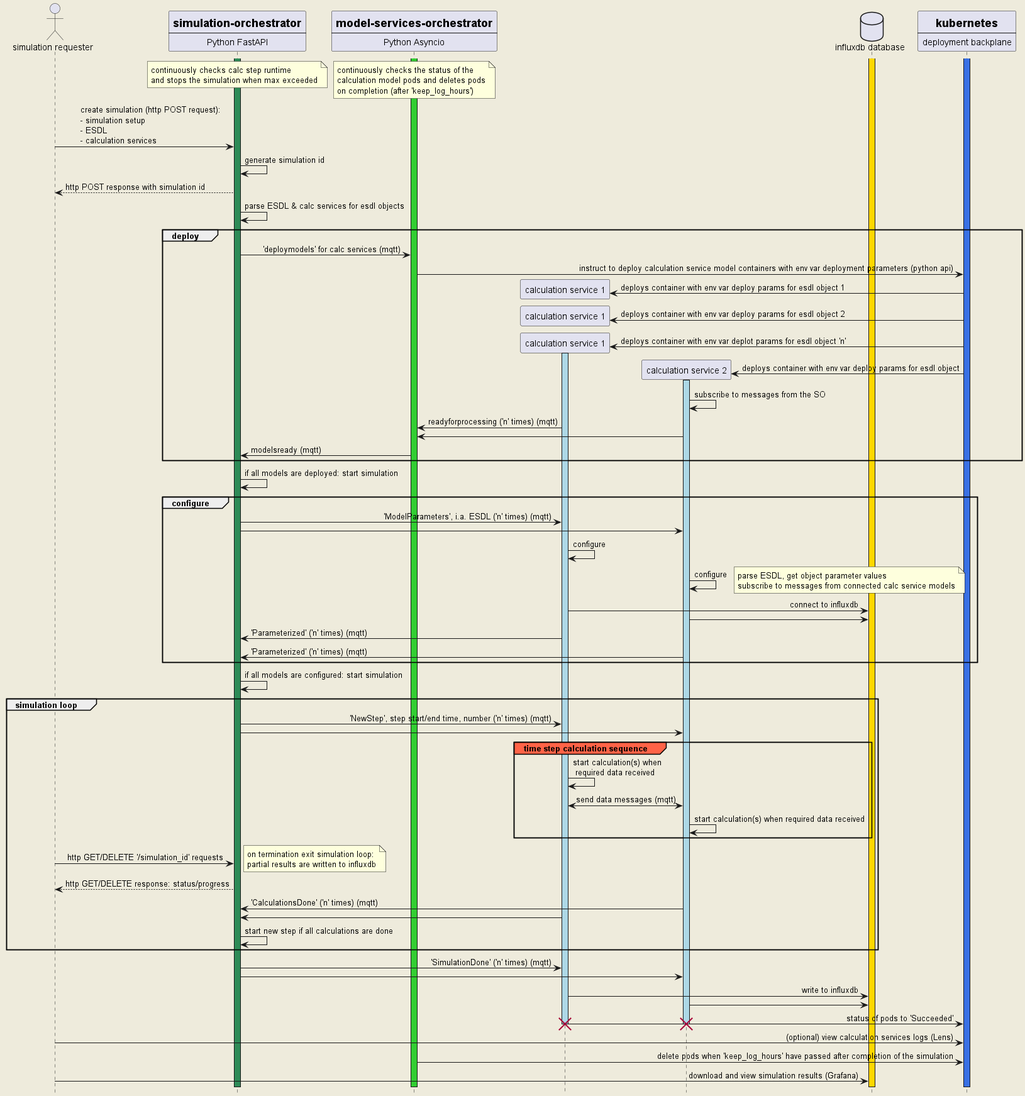
Earlier version of the PlantUML export docs/dots_go-e_sequence_diagram.png (dots-energy/dots-simulation-orchestrator).
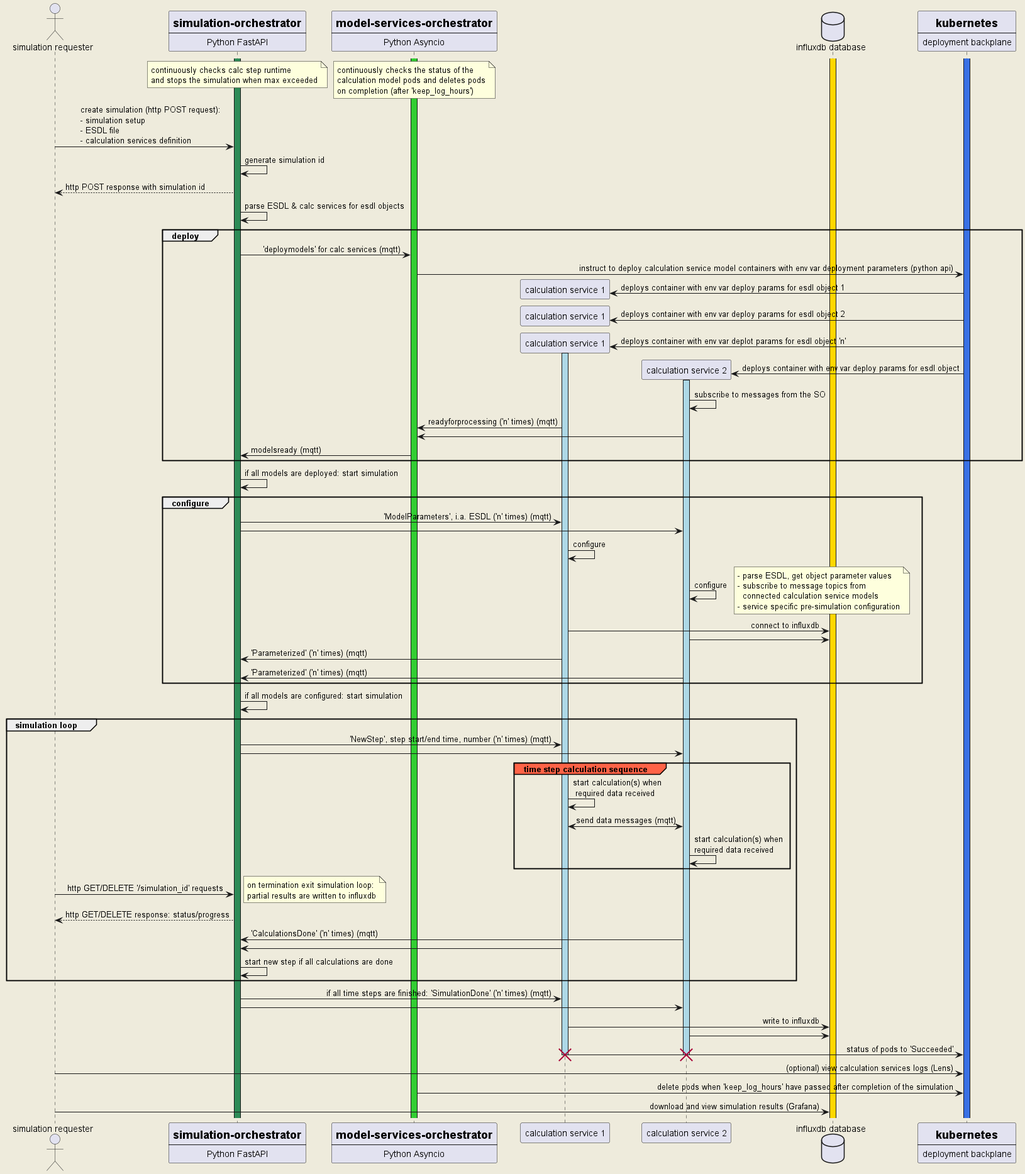
The same diagram one commit later.

Commit message:
sequence diagram fix

Change to the diagram source:
```diff
@@ -39,82 +39,82 @@
     on completion (after 'keep_log_hours')
 end note
 
-sim_req -> so : create simulation (http POST request): \n- simulation setup\n- ESDL \n- calculation services
+sim_req -> so : create simulation (http POST request): \n- simulation setup\n- ESDL file \n- calculation services definition
 
 so -> so : generate simulation id
 so --> sim_req : http POST response with simulation id
 so -> so : parse ESDL & calc services for esdl objects
 
-group deploy
-so -> mso : 'deploymodels' for calc services (mqtt)
+    group deploy
+    so -> mso : 'deploymodels' for calc services (mqtt)
+    mso -> deploy_plane : instruct to deploy calculation service model containers with env var deployment parameters (python api)
 
-mso -> deploy_plane : instruct to deploy calculation service model containers with env var deployment parameters (python api)
+    create model_1
+    deploy_plane -> model_1 : deploys container with env var deploy params for esdl object 1
+    create model_1
+    deploy_plane -> model_1 : deploys container with env var deploy params for esdl object 2
+    create model_1
+    deploy_plane -> model_1 : deploys container with env var deplot params for esdl object 'n'
+    activate model_1 #lightblue
+    create model_2
+    deploy_plane -> model_2 : deploys container with env var deploy params for esdl object
+    activate model_2 #lightblue
 
-create model_1
-deploy_plane -> model_1 : deploys container with env var deploy params for esdl object 1
-create model_1
-deploy_plane -> model_1 : deploys container with env var deploy params for esdl object 2
-create model_1
-deploy_plane -> model_1 : deploys container with env var deplot params for esdl object 'n'
-activate model_1 #lightblue
-create model_2
-deploy_plane -> model_2 : deploys container with env var deploy params for esdl object
-activate model_2 #lightblue
+    model_2 -> model_2 : subscribe to messages from the SO
+    model_1 -> mso : readyforprocessing ('n' times) (mqtt)
+    model_2 -> mso
 
-model_2 -> model_2 : subscribe to messages from the SO
-model_1 -> mso : readyforprocessing ('n' times) (mqtt)
-model_2 -> mso
-
-mso -> so : modelsready (mqtt)
-end
+    mso -> so : modelsready (mqtt)
+    end
 
 so -> so : if all models are deployed: start simulation
 
-group configure
-so -> model_1 : 'ModelParameters', i.a. ESDL ('n' times) (mqtt)
-so -> model_2 :
+    group configure
+    so -> model_1 : 'ModelParameters', i.a. ESDL ('n' times) (mqtt)
+    so -> model_2 :
 
-model_1 -> model_1 : configure
-model_2 -> model_2 : configure
-    note right
-        parse ESDL, get object parameter values
-        subscribe to messages from connected calc service models
-    end note
+    model_1 -> model_1 : configure
+    model_2 -> model_2 : configure
+        note right
+            - parse ESDL, get object parameter values
+            - subscribe to message topics from
+              connected calculation service models
+            - service specific pre-simulation configuration
+        end note
 
-model_1 -> influxdb : connect to influxdb
-model_2 -> influxdb
+    model_1 -> influxdb : connect to influxdb
+    model_2 -> influxdb
 
-model_1 -> so : 'Parameterized' ('n' times) (mqtt)
-model_2 -> so : 'Parameterized' ('n' times) (mqtt)
-
-end
+    model_1 -> so : 'Parameterized' ('n' times) (mqtt)
+    model_2 -> so : 'Parameterized' ('n' times) (mqtt)
+    end
 
 so -> so : if all models are configured: start simulation
 
-group simulation loop
-so -> model_1 : 'NewStep', step start/end time, number ('n' times) (mqtt)
-so -> model_2 :
+    group simulation loop
+    so -> model_1 : 'NewStep', step start/end time, number ('n' times) (mqtt)
+    so -> model_2 :
 
-group#tomato time step calculation sequence
-model_1 -> model_1 : start calculation(s) when\n required data received
-model_1 <-> model_2 : send data messages (mqtt)
-model_2 -> model_2 : start calculation(s) when required data received
-end
+        group#tomato time step calculation sequence
+        model_1 -> model_1 : start calculation(s) when\n required data received
+        model_1 <-> model_2 : send data messages (mqtt)
+        model_2 -> model_2 : start calculation(s) when\nrequired data received
+        end
 
-sim_req -> so: http GET/DELETE '/simulation_id' requests
-    note right
-       on termination exit simulation loop:
-       partial results are written to influxdb
-    end note
-so --> sim_req: http GET/DELETE response: status/progress
+    sim_req -> so: http GET/DELETE '/simulation_id' requests
+        note right
+           on termination exit simulation loop:
+           partial results are written to influxdb
+        end note
+    so --> sim_req: http GET/DELETE response: status/progress
 
-model_2 -> so : 'CalculationsDone' ('n' times) (mqtt)
-model_1 -> so :
+    model_2 -> so : 'CalculationsDone' ('n' times) (mqtt)
+    model_1 -> so :
 
-so -> so : start new step if all calculations are done
-end
+    so -> so : start new step if all calculations are done
+    end
 
-so -> model_1 : 'SimulationDone' ('n' times) (mqtt)
+so -> model_1 : if all time steps are finished: 'SimulationDone' ('n' times) (mqtt)
 so -> model_2 :
 model_1 -> influxdb : write to influxdb
 model_2 -> influxdb :
@@ -129,5 +129,4 @@
 
 sim_req -> influxdb : download and view simulation results (Grafana)
 
-hide footbox
 @enduml
```
